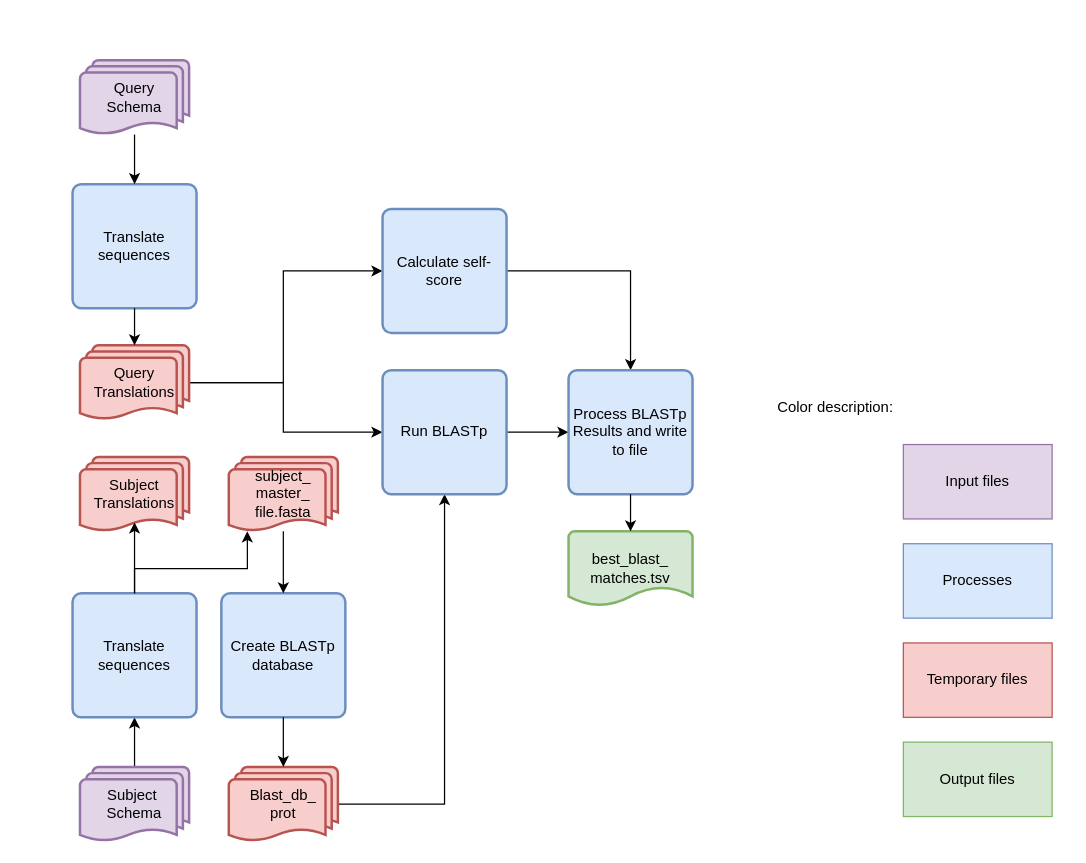
B-UMMI/Schema_Refinery keeps this draw.io diagram as SchemaRefinery/docs/SchemaRefinery/Modules/source/match_schemas.drawio. Above is the earlier version. Source tidied: cells renumbered, new cells numbered last; positions are measured from the earlier drawing's top-left corner, leaving out a move shared by most shapes. Both pictures are drawn from the tidied source at 124%, with x=0, y=0 at pixel (72, 60).
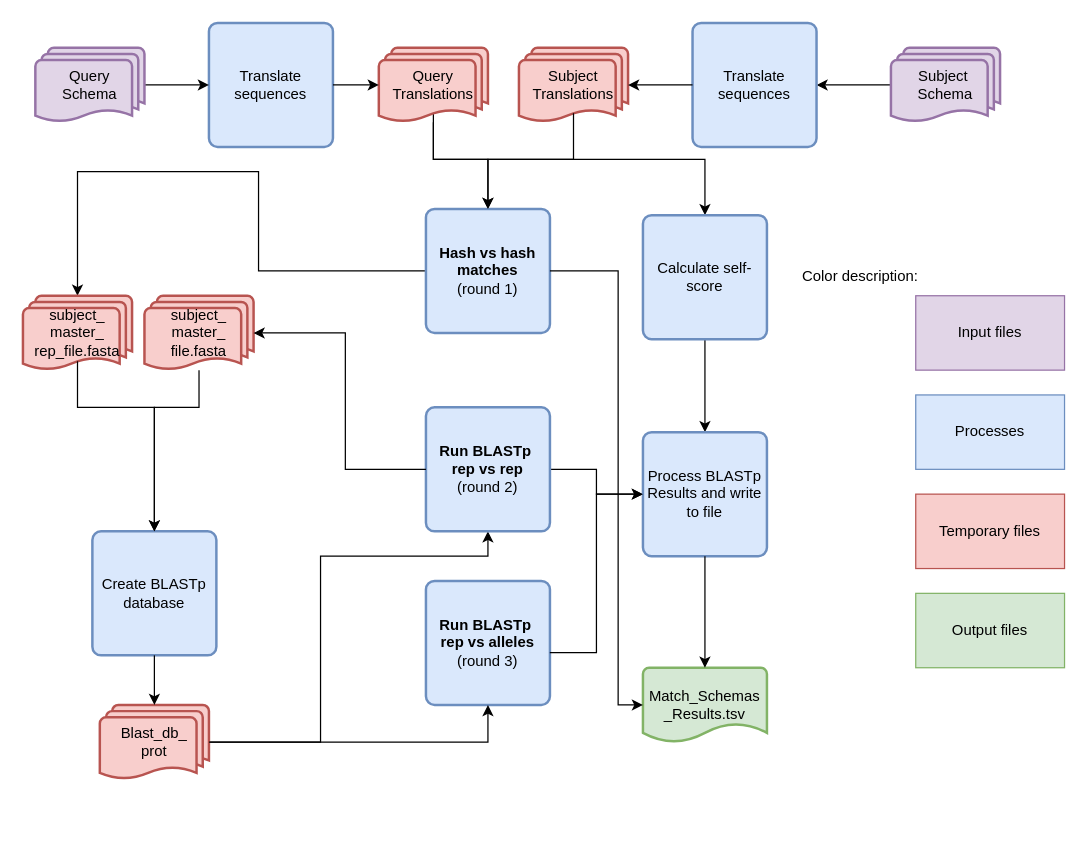
Above is the later version.

Commit message (it also covers changes not shown here):
Feat (documentation): New and updated Match Schemas documentation and tutorial

The edit, as a diff of the source:
```diff
@@
     <mxCell id="2" value="Translate sequences" style="rounded=1;whiteSpace=wrap;html=1;absoluteArcSize=1;arcSize=14;strokeWidth=2;fillColor=#dae8fc;strokeColor=#6c8ebf;" parent="1" vertex="1">
-      <mxGeometry y="100" width="100" height="100" as="geometry" />
+      <mxGeometry x="110" y="-30" width="100" height="100" as="geometry" />
     </mxCell>
-    <mxCell id="3" style="edgeStyle=orthogonalEdgeStyle;rounded=0;jettySize=auto;html=1;entryX=0.5;entryY=0;entryDx=0;entryDy=0;" parent="1" edge="1" source="4" target="2">
+    <mxCell id="3" style="edgeStyle=orthogonalEdgeStyle;rounded=0;jettySize=auto;html=1;entryX=0;entryY=0.5;entryDx=0;entryDy=0;exitX=1;exitY=0.5;exitDx=0;exitDy=0;exitPerimeter=0;" parent="1" edge="1" source="4" target="2">
       <mxGeometry relative="1" as="geometry" />
     </mxCell>
     <mxCell id="4" value="Query&lt;div&gt;Schema&lt;/div&gt;" style="strokeWidth=2;html=1;shape=mxgraph.flowchart.multi-document;whiteSpace=wrap;fillColor=#e1d5e7;strokeColor=#9673a6;" parent="1" vertex="1">
-      <mxGeometry x="6" width="88" height="60" as="geometry" />
+      <mxGeometry x="-30" y="-10" width="88" height="60" as="geometry" />
     </mxCell>
-    <mxCell id="5" style="edgeStyle=orthogonalEdgeStyle;rounded=0;jettySize=auto;html=1;entryX=0.5;entryY=1;entryDx=0;entryDy=0;" parent="1" edge="1" source="6" target="20">
+    <mxCell id="5" style="edgeStyle=orthogonalEdgeStyle;rounded=0;jettySize=auto;html=1;entryX=1;entryY=0.5;entryDx=0;entryDy=0;" parent="1" edge="1" source="6" target="20">
       <mxGeometry relative="1" as="geometry" />
     </mxCell>
     <mxCell id="6" value="Subject&amp;nbsp;&lt;div&gt;Schema&lt;/div&gt;" style="strokeWidth=2;html=1;shape=mxgraph.flowchart.multi-document;whiteSpace=wrap;fillColor=#e1d5e7;strokeColor=#9673a6;" parent="1" vertex="1">
-      <mxGeometry x="6" y="570" width="88" height="60" as="geometry" />
+      <mxGeometry x="660" y="-10" width="88" height="60" as="geometry" />
     </mxCell>
-    <mxCell id="7" style="edgeStyle=orthogonalEdgeStyle;rounded=0;jettySize=auto;html=1;entryX=0;entryY=0.5;entryDx=0;entryDy=0;" parent="1" edge="1" source="9" target="17">
+    <mxCell id="7" style="edgeStyle=orthogonalEdgeStyle;rounded=0;jettySize=auto;html=1;entryX=0.5;entryY=0;entryDx=0;entryDy=0;exitX=0.5;exitY=0.88;exitDx=0;exitDy=0;exitPerimeter=0;" parent="1" edge="1" source="9" target="33">
       <mxGeometry relative="1" as="geometry">
         <Array as="points">
-          <mxPoint x="170" y="260" />
-          <mxPoint x="170" y="300" />
+          <mxPoint x="291" y="80" />
+          <mxPoint x="335" y="80" />
         </Array>
       </mxGeometry>
     </mxCell>
-    <mxCell id="8" style="edgeStyle=orthogonalEdgeStyle;rounded=0;jettySize=auto;html=1;entryX=0;entryY=0.5;entryDx=0;entryDy=0;" parent="1" edge="1" source="9" target="12">
+    <mxCell id="8" style="edgeStyle=orthogonalEdgeStyle;rounded=0;jettySize=auto;html=1;entryX=0.5;entryY=0;entryDx=0;entryDy=0;" parent="1" edge="1" source="9" target="12">
       <mxGeometry relative="1" as="geometry">
         <Array as="points">
-          <mxPoint x="170" y="260" />
-          <mxPoint x="170" y="170" />
+          <mxPoint x="291" y="80" />
+          <mxPoint x="510" y="80" />
         </Array>
       </mxGeometry>
     </mxCell>
     <mxCell id="9" value="Query Translations" style="strokeWidth=2;html=1;shape=mxgraph.flowchart.multi-document;whiteSpace=wrap;fillColor=#f8cecc;strokeColor=#b85450;" parent="1" vertex="1">
-      <mxGeometry x="6" y="230" width="88" height="60" as="geometry" />
+      <mxGeometry x="247" y="-10" width="88" height="60" as="geometry" />
     </mxCell>
     <mxCell id="10" value="Subject Translations" style="strokeWidth=2;html=1;shape=mxgraph.flowchart.multi-document;whiteSpace=wrap;fillColor=#f8cecc;strokeColor=#b85450;" parent="1" vertex="1">
-      <mxGeometry x="6" y="320" width="88" height="60" as="geometry" />
+      <mxGeometry x="360" y="-10" width="88" height="60" as="geometry" />
     </mxCell>
@@
     <mxCell id="12" value="Calculate self-score" style="rounded=1;whiteSpace=wrap;html=1;absoluteArcSize=1;arcSize=14;strokeWidth=2;fillColor=#dae8fc;strokeColor=#6c8ebf;" parent="1" vertex="1">
-      <mxGeometry x="250" y="120" width="100" height="100" as="geometry" />
+      <mxGeometry x="460" y="125" width="100" height="100" as="geometry" />
     </mxCell>
     <mxCell id="13" value="Create BLASTp database" style="rounded=1;whiteSpace=wrap;html=1;absoluteArcSize=1;arcSize=14;strokeWidth=2;fillColor=#dae8fc;strokeColor=#6c8ebf;" parent="1" vertex="1">
-      <mxGeometry x="120" y="430" width="100" height="100" as="geometry" />
+      <mxGeometry x="16" y="380" width="100" height="100" as="geometry" />
     </mxCell>
     <mxCell id="14" style="edgeStyle=orthogonalEdgeStyle;rounded=0;jettySize=auto;html=1;entryX=0.5;entryY=1;entryDx=0;entryDy=0;" parent="1" edge="1" source="15" target="17">
-      <mxGeometry relative="1" as="geometry" />
+      <mxGeometry relative="1" as="geometry">
+        <Array as="points">
+          <mxPoint x="200" y="550" />
+          <mxPoint x="200" y="400" />
+          <mxPoint x="335" y="400" />
+        </Array>
+      </mxGeometry>
     </mxCell>
     <mxCell id="15" value="Blast_db_&lt;div&gt;prot&lt;/div&gt;" style="strokeWidth=2;html=1;shape=mxgraph.flowchart.multi-document;whiteSpace=wrap;fillColor=#f8cecc;strokeColor=#b85450;" parent="1" vertex="1">
-      <mxGeometry x="126" y="570" width="88" height="60" as="geometry" />
+      <mxGeometry x="22" y="520" width="88" height="60" as="geometry" />
     </mxCell>
@@
-    <mxCell id="17" value="Run BLASTp" style="rounded=1;whiteSpace=wrap;html=1;absoluteArcSize=1;arcSize=14;strokeWidth=2;fillColor=#dae8fc;strokeColor=#6c8ebf;" parent="1" vertex="1">
-      <mxGeometry x="250" y="250" width="100" height="100" as="geometry" />
+    <mxCell id="17" value="Run BLASTp&amp;nbsp;&lt;div&gt;rep vs rep&lt;div&gt;&lt;span style=&quot;font-weight: 400;&quot;&gt;(round 2)&lt;/span&gt;&lt;/div&gt;&lt;/div&gt;" style="rounded=1;whiteSpace=wrap;html=1;absoluteArcSize=1;arcSize=14;strokeWidth=2;fillColor=#dae8fc;strokeColor=#6c8ebf;fontStyle=1;" parent="1" vertex="1">
+      <mxGeometry x="285" y="280" width="100" height="100" as="geometry" />
     </mxCell>
     <mxCell id="18" value="Process BLASTp Results and write to file" style="rounded=1;whiteSpace=wrap;html=1;absoluteArcSize=1;arcSize=14;strokeWidth=2;fillColor=#dae8fc;strokeColor=#6c8ebf;" parent="1" vertex="1">
-      <mxGeometry x="400" y="250" width="100" height="100" as="geometry" />
+      <mxGeometry x="460" y="300" width="100" height="100" as="geometry" />
     </mxCell>
-    <mxCell id="19" value="best_blast_&lt;div&gt;matches.tsv&lt;/div&gt;" style="strokeWidth=2;html=1;shape=mxgraph.flowchart.document2;whiteSpace=wrap;size=0.25;fillColor=#d5e8d4;strokeColor=#82b366;" parent="1" vertex="1">
-      <mxGeometry x="400" y="380" width="100" height="60" as="geometry" />
+    <mxCell id="19" value="&lt;span style=&quot;background-color: transparent; color: light-dark(rgb(0, 0, 0), rgb(255, 255, 255));&quot;&gt;Match_Schemas&lt;/span&gt;&lt;div&gt;&lt;span style=&quot;background-color: transparent; color: light-dark(rgb(0, 0, 0), rgb(255, 255, 255));&quot;&gt;_Results.tsv&lt;/span&gt;&lt;/div&gt;" style="strokeWidth=2;html=1;shape=mxgraph.flowchart.document2;whiteSpace=wrap;size=0.25;fillColor=#d5e8d4;strokeColor=#82b366;" parent="1" vertex="1">
+      <mxGeometry x="460" y="490" width="100" height="60" as="geometry" />
     </mxCell>
     <mxCell id="20" value="Translate sequences" style="rounded=1;whiteSpace=wrap;html=1;absoluteArcSize=1;arcSize=14;strokeWidth=2;fillColor=#dae8fc;strokeColor=#6c8ebf;" parent="1" vertex="1">
-      <mxGeometry y="430" width="100" height="100" as="geometry" />
+      <mxGeometry x="500" y="-30" width="100" height="100" as="geometry" />
     </mxCell>
-    <mxCell id="21" style="edgeStyle=orthogonalEdgeStyle;rounded=0;jettySize=auto;html=1;entryX=0.5;entryY=0;entryDx=0;entryDy=0;entryPerimeter=0;" parent="1" edge="1" source="2" target="9">
+    <mxCell id="21" style="edgeStyle=orthogonalEdgeStyle;rounded=0;jettySize=auto;html=1;entryX=0;entryY=0.5;entryDx=0;entryDy=0;entryPerimeter=0;" parent="1" edge="1" source="2" target="9">
       <mxGeometry relative="1" as="geometry" />
     </mxCell>
-    <mxCell id="22" style="edgeStyle=orthogonalEdgeStyle;rounded=0;jettySize=auto;html=1;entryX=0.5;entryY=0.88;entryDx=0;entryDy=0;entryPerimeter=0;" parent="1" edge="1" source="20" target="10">
+    <mxCell id="22" style="edgeStyle=orthogonalEdgeStyle;rounded=0;jettySize=auto;html=1;entryX=1;entryY=0.5;entryDx=0;entryDy=0;entryPerimeter=0;" parent="1" edge="1" source="20" target="10">
       <mxGeometry relative="1" as="geometry" />
     </mxCell>
@@
     <mxCell id="25" value="Processes" style="rounded=0;whiteSpace=wrap;html=1;fillColor=#dae8fc;strokeColor=#6c8ebf;" parent="1" vertex="1">
-      <mxGeometry x="670" y="390" width="120" height="60" as="geometry" />
+      <mxGeometry x="680" y="270" width="120" height="60" as="geometry" />
     </mxCell>
     <mxCell id="26" value="Temporary files" style="rounded=0;whiteSpace=wrap;html=1;fillColor=#f8cecc;strokeColor=#b85450;" parent="1" vertex="1">
-      <mxGeometry x="670" y="470" width="120" height="60" as="geometry" />
+      <mxGeometry x="680" y="350" width="120" height="60" as="geometry" />
     </mxCell>
     <mxCell id="27" value="Input files" style="rounded=0;whiteSpace=wrap;html=1;fillColor=#e1d5e7;strokeColor=#9673a6;" parent="1" vertex="1">
-      <mxGeometry x="670" y="310" width="120" height="60" as="geometry" />
+      <mxGeometry x="680" y="190" width="120" height="60" as="geometry" />
     </mxCell>
     <mxCell id="28" value="Output files" style="rounded=0;whiteSpace=wrap;html=1;fillColor=#d5e8d4;strokeColor=#82b366;" parent="1" vertex="1">
-      <mxGeometry x="670" y="550" width="120" height="60" as="geometry" />
+      <mxGeometry x="680" y="430" width="120" height="60" as="geometry" />
     </mxCell>
     <mxCell id="29" value="Color description:" style="text;html=1;align=center;verticalAlign=middle;strokeColor=none;fillColor=none;" parent="1" vertex="1">
-      <mxGeometry x="560" y="265" width="110" height="30" as="geometry" />
+      <mxGeometry x="580" y="160" width="110" height="30" as="geometry" />
     </mxCell>
     <mxCell id="30" style="edgeStyle=orthogonalEdgeStyle;rounded=0;jettySize=auto;html=1;entryX=0.5;entryY=0;entryDx=0;entryDy=0;" parent="1" edge="1" source="31" target="13">
-      <mxGeometry relative="1" as="geometry" />
+      <mxGeometry relative="1" as="geometry">
+        <Array as="points">
+          <mxPoint x="102" y="280" />
+          <mxPoint x="66" y="280" />
+        </Array>
+      </mxGeometry>
     </mxCell>
     <mxCell id="31" value="subject_&lt;div&gt;master_&lt;/div&gt;&lt;div&gt;file.fasta&lt;/div&gt;" style="strokeWidth=2;html=1;shape=mxgraph.flowchart.multi-document;whiteSpace=wrap;fillColor=#f8cecc;strokeColor=#b85450;" parent="1" vertex="1">
-      <mxGeometry x="126" y="320" width="88" height="60" as="geometry" />
+      <mxGeometry x="58" y="190" width="88" height="60" as="geometry" />
     </mxCell>
-    <mxCell id="32" style="edgeStyle=orthogonalEdgeStyle;rounded=0;jettySize=auto;html=1;entryX=0.17;entryY=1;entryDx=0;entryDy=0;entryPerimeter=0;" parent="1" edge="1" source="20" target="31">
+    <mxCell id="32" style="edgeStyle=orthogonalEdgeStyle;rounded=0;jettySize=auto;html=1;exitX=0;exitY=0.5;exitDx=0;exitDy=0;" parent="1" edge="1" source="33" target="40">
       <mxGeometry relative="1" as="geometry">
         <Array as="points">
-          <mxPoint x="50" y="410" />
-          <mxPoint x="141" y="410" />
+          <mxPoint x="150" y="170" />
+          <mxPoint x="150" y="90" />
+          <mxPoint x="4" y="90" />
         </Array>
       </mxGeometry>
     </mxCell>
+    <mxCell id="33" value="&lt;b&gt;Hash vs hash matches&lt;/b&gt;&lt;div&gt;(round 1)&lt;/div&gt;" style="rounded=1;whiteSpace=wrap;html=1;absoluteArcSize=1;arcSize=14;strokeWidth=2;fillColor=#dae8fc;strokeColor=#6c8ebf;" parent="1" vertex="1">
+      <mxGeometry x="285" y="120" width="100" height="100" as="geometry" />
+    </mxCell>
+    <mxCell id="34" style="edgeStyle=orthogonalEdgeStyle;rounded=0;jettySize=auto;html=1;exitX=0.5;exitY=0.88;exitDx=0;exitDy=0;exitPerimeter=0;entryX=0.5;entryY=0;entryDx=0;entryDy=0;" parent="1" edge="1" source="10" target="33">
+      <mxGeometry relative="1" as="geometry">
+        <Array as="points">
+          <mxPoint x="404" y="80" />
+          <mxPoint x="335" y="80" />
+        </Array>
+      </mxGeometry>
+    </mxCell>
+    <mxCell id="35" style="edgeStyle=orthogonalEdgeStyle;rounded=0;jettySize=auto;html=1;entryX=0;entryY=0.5;entryDx=0;entryDy=0;entryPerimeter=0;exitX=1;exitY=0.5;exitDx=0;exitDy=0;" parent="1" edge="1" source="33" target="19">
+      <mxGeometry relative="1" as="geometry">
+        <Array as="points">
+          <mxPoint x="440" y="170" />
+          <mxPoint x="440" y="520" />
+        </Array>
+      </mxGeometry>
+    </mxCell>
+    <mxCell id="36" style="edgeStyle=orthogonalEdgeStyle;rounded=0;jettySize=auto;html=1;entryX=1;entryY=0.5;entryDx=0;entryDy=0;entryPerimeter=0;exitX=0;exitY=0.5;exitDx=0;exitDy=0;" parent="1" edge="1" source="17" target="31">
+      <mxGeometry relative="1" as="geometry">
+        <Array as="points">
+          <mxPoint x="220" y="330" />
+          <mxPoint x="220" y="220" />
+        </Array>
+      </mxGeometry>
+    </mxCell>
+    <mxCell id="37" value="Run BLASTp&amp;nbsp;&lt;div&gt;rep vs alleles&lt;div&gt;&lt;span style=&quot;font-weight: 400;&quot;&gt;(round 3)&lt;/span&gt;&lt;/div&gt;&lt;/div&gt;" style="rounded=1;whiteSpace=wrap;html=1;absoluteArcSize=1;arcSize=14;strokeWidth=2;fillColor=#dae8fc;strokeColor=#6c8ebf;fontStyle=1;" parent="1" vertex="1">
+      <mxGeometry x="285" y="420" width="100" height="100" as="geometry" />
+    </mxCell>
+    <mxCell id="38" style="edgeStyle=orthogonalEdgeStyle;rounded=0;jettySize=auto;html=1;entryX=0.5;entryY=1;entryDx=0;entryDy=0;exitX=1;exitY=0.5;exitDx=0;exitDy=0;exitPerimeter=0;" parent="1" edge="1" source="15" target="37">
+      <mxGeometry relative="1" as="geometry" />
+    </mxCell>
+    <mxCell id="39" style="edgeStyle=orthogonalEdgeStyle;rounded=0;jettySize=auto;html=1;entryX=0;entryY=0.5;entryDx=0;entryDy=0;exitX=0.999;exitY=0.579;exitDx=0;exitDy=0;exitPerimeter=0;" parent="1" edge="1" source="37" target="18">
+      <mxGeometry relative="1" as="geometry" />
+    </mxCell>
+    <mxCell id="40" value="subject_&lt;div&gt;master_&lt;/div&gt;&lt;div&gt;rep_file.fasta&lt;/div&gt;" style="strokeWidth=2;html=1;shape=mxgraph.flowchart.multi-document;whiteSpace=wrap;fillColor=#f8cecc;strokeColor=#b85450;" parent="1" vertex="1">
+      <mxGeometry x="-40" y="190" width="88" height="60" as="geometry" />
+    </mxCell>
+    <mxCell id="41" style="edgeStyle=orthogonalEdgeStyle;rounded=0;jettySize=auto;html=1;entryX=0.5;entryY=0;entryDx=0;entryDy=0;exitX=0.5;exitY=0.88;exitDx=0;exitDy=0;exitPerimeter=0;" parent="1" edge="1" source="40" target="13">
+      <mxGeometry relative="1" as="geometry">
+        <Array as="points">
+          <mxPoint x="4" y="280" />
+          <mxPoint x="66" y="280" />
+        </Array>
+      </mxGeometry>
+    </mxCell>
```
